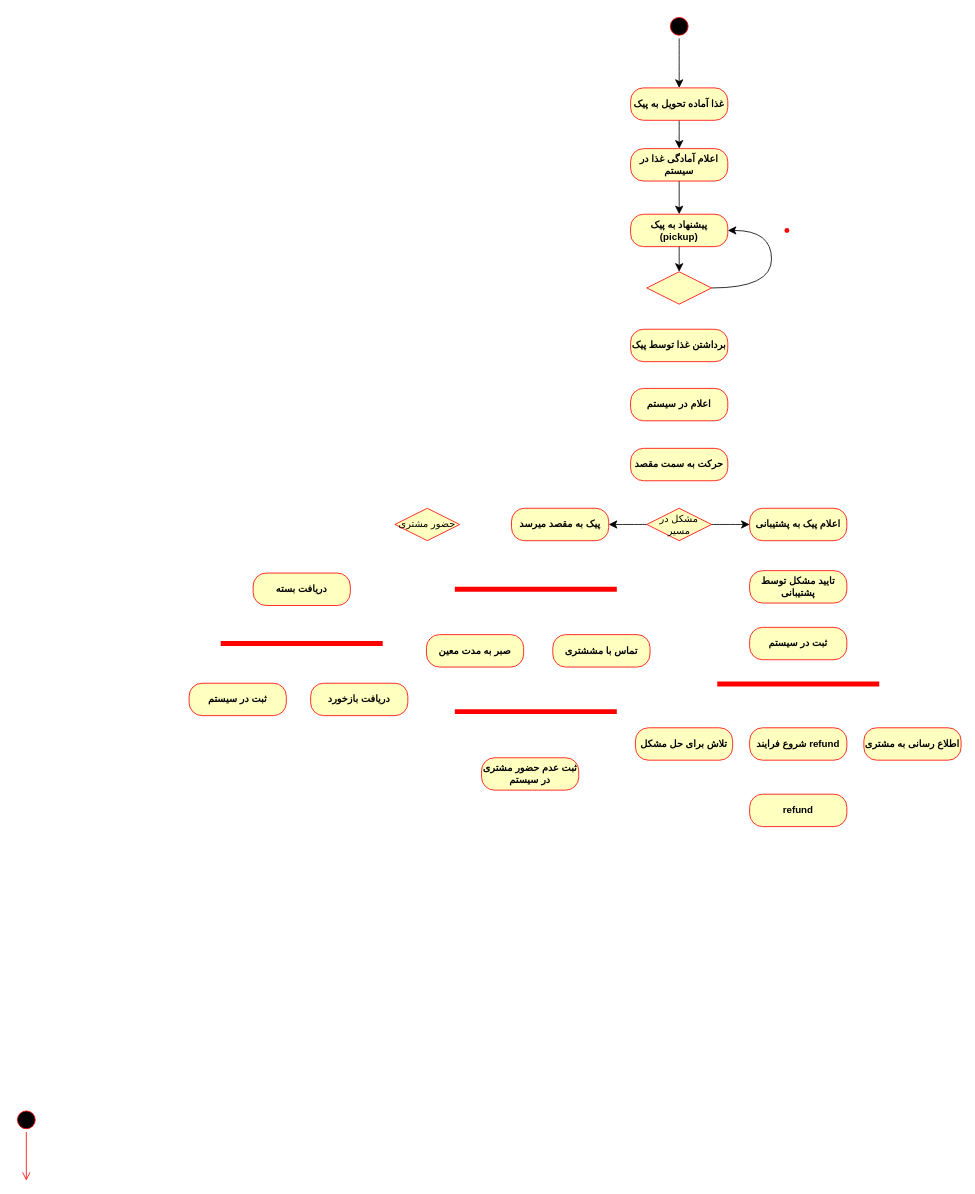
Above: page "Page-2" (2 of 2) of Untitled Diagram.drawio in aqua1252/tasks (draw.io), before the change. Source tidied: cells renumbered, new cells numbered last; positions are measured from the earlier drawing's top-left corner, leaving out a move shared by most shapes. Both pictures are drawn from the tidied source at 81%, with x=0, y=0 at pixel (14, 14).
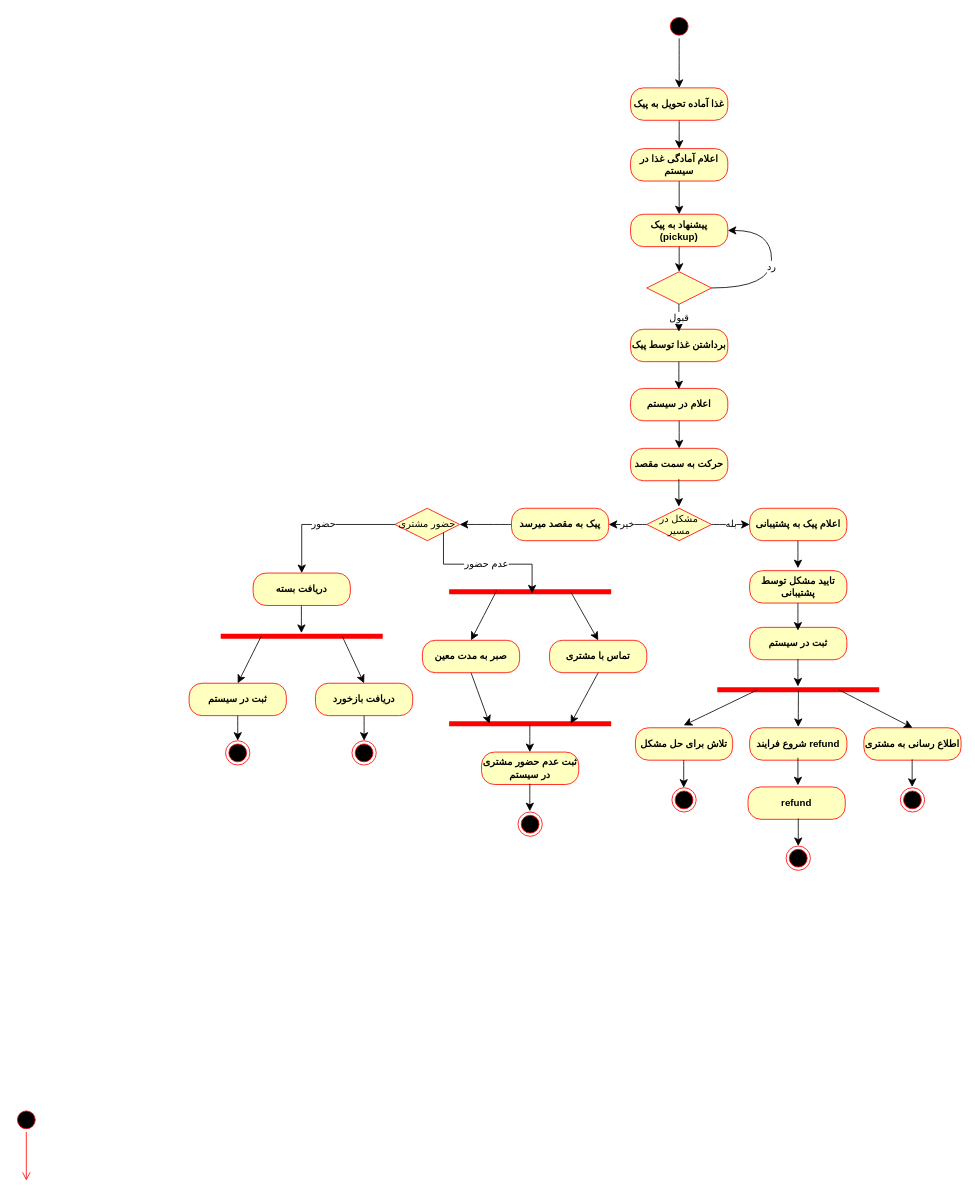
The same diagram, later.

Unchanged cells that the change refers to:
```xml
<mxCell id="8" style="rhombus;whiteSpace=wrap;html=1;fontColor=#000000;fillColor=#ffffc0;strokeColor=#ff0000;" parent="1" vertex="1">
  <mxGeometry x="781" y="318" width="80" height="40" as="geometry" />
</mxCell>
<mxCell id="12" value="پیشنهاد به پیک (pickup)" style="rounded=1;whiteSpace=wrap;html=1;arcSize=40;fontColor=#000000;fillColor=#ffffc0;strokeColor=#ff0000;fontStyle=1;" parent="1" vertex="1">
  <mxGeometry x="761" y="247" width="120" height="40" as="geometry" />
</mxCell>
<mxCell id="17" value="اعلام در سیستم" style="rounded=1;whiteSpace=wrap;html=1;arcSize=40;fontColor=#000000;fillColor=#ffffc0;strokeColor=#ff0000;fontStyle=1;" parent="1" vertex="1">
  <mxGeometry x="761" y="462" width="120" height="40" as="geometry" />
</mxCell>
<mxCell id="18" value="حرکت به سمت مقصد" style="rounded=1;whiteSpace=wrap;html=1;arcSize=40;fontColor=#000000;fillColor=#ffffc0;strokeColor=#ff0000;fontStyle=1;" parent="1" vertex="1">
  <mxGeometry x="761" y="536" width="120" height="40" as="geometry" />
</mxCell>
<mxCell id="19" value="مشکل در مسیر" style="rhombus;whiteSpace=wrap;html=1;fontColor=#000000;fillColor=#ffffc0;strokeColor=#ff0000;" parent="1" vertex="1">
  <mxGeometry x="781" y="610" width="80" height="40" as="geometry" />
</mxCell>
<mxCell id="21" value="اعلام پیک به پشتیبانی" style="rounded=1;whiteSpace=wrap;html=1;arcSize=40;fontColor=#000000;fillColor=#ffffc0;strokeColor=#ff0000;fontStyle=1;" parent="1" vertex="1">
  <mxGeometry x="908" y="610" width="120" height="40" as="geometry" />
</mxCell>
<mxCell id="22" value="پیک به مقصد میرسد" style="rounded=1;whiteSpace=wrap;html=1;arcSize=40;fontColor=#000000;fillColor=#ffffc0;strokeColor=#ff0000;fontStyle=1;" parent="1" vertex="1">
  <mxGeometry x="614" y="610" width="120" height="40" as="geometry" />
</mxCell>
<mxCell id="26" value="اطلاع رسانی به مشتری" style="rounded=1;whiteSpace=wrap;html=1;arcSize=40;fontColor=#000000;fillColor=#ffffc0;strokeColor=#ff0000;fontStyle=1;" parent="1" vertex="1">
  <mxGeometry x="1049" y="881" width="120" height="40" as="geometry" />
</mxCell>
<mxCell id="30" value="حضور مشتری" style="rhombus;whiteSpace=wrap;html=1;fontColor=#000000;fillColor=#ffffc0;strokeColor=#ff0000;" parent="1" vertex="1">
  <mxGeometry x="470" y="610" width="80" height="40" as="geometry" />
</mxCell>
<mxCell id="31" value="دریافت بسته" style="rounded=1;whiteSpace=wrap;html=1;arcSize=40;fontColor=#000000;fillColor=#ffffc0;strokeColor=#ff0000;fontStyle=1;" parent="1" vertex="1">
  <mxGeometry x="295" y="690" width="120" height="40" as="geometry" />
</mxCell>
<mxCell id="33" value="ثبت در سیستم" style="rounded=1;whiteSpace=wrap;html=1;arcSize=40;fontColor=#000000;fillColor=#ffffc0;strokeColor=#ff0000;fontStyle=1;" parent="1" vertex="1">
  <mxGeometry x="216" y="826" width="120" height="40" as="geometry" />
</mxCell>
```

Diff of the diagram source:
```diff
@@
     <mxCell id="9" style="shape=line;html=1;strokeWidth=6;strokeColor=#ff0000;" parent="1" vertex="1">
-      <mxGeometry x="868" y="822" width="200" height="10" as="geometry" />
+      <mxGeometry x="868" y="829" width="200" height="10" as="geometry" />
     </mxCell>
@@
-    <mxCell id="13" style="shape=waypoint;sketch=0;size=6;fillColor=#ffffc0;perimeter=centerPerimeter;strokeColor=#ff0000;fontColor=#000000;rounded=1;arcSize=40;fontStyle=1;" parent="1" vertex="1">
-      <mxGeometry x="944" y="257" width="20" height="20" as="geometry" />
-    </mxCell>
-    <mxCell id="14" style="endArrow=classic;html=1;rounded=0;fontSize=12;startSize=8;endSize=8;curved=1;exitX=1;exitY=0.5;exitDx=0;exitDy=0;entryX=1;entryY=0.5;entryDx=0;entryDy=0;edgeStyle=orthogonalEdgeStyle;" parent="1" edge="1" source="8" target="12">
+    <mxCell id="14" value="رد" style="endArrow=classic;html=1;rounded=0;fontSize=12;startSize=8;endSize=8;curved=1;exitX=1;exitY=0.5;exitDx=0;exitDy=0;entryX=1;entryY=0.5;entryDx=0;entryDy=0;edgeStyle=orthogonalEdgeStyle;" parent="1" edge="1" source="8" target="12">
       <mxGeometry relative="1" as="geometry">
         <Array as="points">
           <mxPoint x="935" y="338" />
           <mxPoint x="935" y="267" />
         </Array>
       </mxGeometry>
     </mxCell>
@@
-    <mxCell id="20" style="endArrow=classic;html=1;rounded=0;fontSize=12;startSize=8;endSize=8;curved=1;exitX=1;exitY=0.5;exitDx=0;exitDy=0;entryX=0;entryY=0.5;entryDx=0;entryDy=0;" parent="1" edge="1" source="19" target="21">
+    <mxCell id="20" value="بله" style="endArrow=classic;html=1;rounded=0;fontSize=12;startSize=8;endSize=8;curved=1;exitX=1;exitY=0.5;exitDx=0;exitDy=0;entryX=0;entryY=0.5;entryDx=0;entryDy=0;" parent="1" edge="1" source="19" target="21">
       <mxGeometry relative="1" as="geometry" />
     </mxCell>
@@
+    <mxCell id="40" style="edgeStyle=none;curved=1;rounded=0;jettySize=auto;html=1;fontSize=12;startSize=8;endSize=8;" parent="1" edge="1" source="22" target="30">
+      <mxGeometry relative="1" as="geometry" />
+    </mxCell>
@@
-    <mxCell id="23" style="endArrow=classic;html=1;rounded=0;fontSize=12;startSize=8;endSize=8;curved=1;exitX=0;exitY=0.5;exitDx=0;exitDy=0;entryX=1;entryY=0.5;entryDx=0;entryDy=0;" parent="1" edge="1" source="19" target="22">
+    <mxCell id="23" value="خیر" style="endArrow=classic;html=1;rounded=0;fontSize=12;startSize=8;endSize=8;curved=1;exitX=0;exitY=0.5;exitDx=0;exitDy=0;entryX=1;entryY=0.5;entryDx=0;entryDy=0;" parent="1" edge="1" source="19" target="22">
       <mxGeometry relative="1" as="geometry" />
     </mxCell>
@@
     <mxCell id="29" value="refund" style="rounded=1;whiteSpace=wrap;html=1;arcSize=40;fontColor=#000000;fillColor=#ffffc0;strokeColor=#ff0000;fontStyle=1;" parent="1" vertex="1">
-      <mxGeometry x="908" y="963" width="120" height="40" as="geometry" />
+      <mxGeometry x="906" y="954" width="120" height="40" as="geometry" />
     </mxCell>
@@
     <mxCell id="32" style="shape=line;html=1;strokeWidth=6;strokeColor=#ff0000;" parent="1" vertex="1">
-      <mxGeometry x="255" y="772" width="200" height="10" as="geometry" />
+      <mxGeometry x="255" y="763" width="200" height="10" as="geometry" />
     </mxCell>
@@
     <mxCell id="34" style="shape=line;html=1;strokeWidth=6;strokeColor=#ff0000;" parent="1" vertex="1">
-      <mxGeometry x="544" y="705" width="200" height="10" as="geometry" />
+      <mxGeometry x="537" y="708" width="200" height="10" as="geometry" />
     </mxCell>
     <mxCell id="35" style="shape=line;html=1;strokeWidth=6;strokeColor=#ff0000;" parent="1" vertex="1">
-      <mxGeometry x="544" y="856" width="200" height="10" as="geometry" />
+      <mxGeometry x="537" y="871" width="200" height="10" as="geometry" />
     </mxCell>
     <mxCell id="36" value="صبر به مدت معین" style="rounded=1;whiteSpace=wrap;html=1;arcSize=40;fontColor=#000000;fillColor=#ffffc0;strokeColor=#ff0000;fontStyle=1;" parent="1" vertex="1">
-      <mxGeometry x="509" y="766" width="120" height="40" as="geometry" />
+      <mxGeometry x="504" y="773" width="120" height="40" as="geometry" />
     </mxCell>
-    <mxCell id="37" value="تماس با مششتری" style="rounded=1;whiteSpace=wrap;html=1;arcSize=40;fontColor=#000000;fillColor=#ffffc0;strokeColor=#ff0000;fontStyle=1;" parent="1" vertex="1">
-      <mxGeometry x="665" y="766" width="120" height="40" as="geometry" />
+    <mxCell id="37" value="تماس با مشتری" style="rounded=1;whiteSpace=wrap;html=1;arcSize=40;fontColor=#000000;fillColor=#ffffc0;strokeColor=#ff0000;fontStyle=1;" parent="1" vertex="1">
+      <mxGeometry x="661" y="773" width="120" height="40" as="geometry" />
     </mxCell>
     <mxCell id="38" value="ثبت عدم حضور مشتری در سیستم" style="rounded=1;whiteSpace=wrap;html=1;arcSize=40;fontColor=#000000;fillColor=#ffffc0;strokeColor=#ff0000;fontStyle=1;" parent="1" vertex="1">
-      <mxGeometry x="577" y="918" width="120" height="40" as="geometry" />
+      <mxGeometry x="577" y="911" width="120" height="40" as="geometry" />
     </mxCell>
     <mxCell id="39" value="دریافت بازخورد" style="rounded=1;whiteSpace=wrap;html=1;arcSize=40;fontColor=#000000;fillColor=#ffffc0;strokeColor=#ff0000;fontStyle=1;" parent="1" vertex="1">
-      <mxGeometry x="366" y="826" width="120" height="40" as="geometry" />
+      <mxGeometry x="372" y="826" width="120" height="40" as="geometry" />
     </mxCell>
+    <mxCell id="41" style="endArrow=classic;html=1;rounded=0;fontSize=12;startSize=8;endSize=8;curved=1;exitX=0.5;exitY=1;exitDx=0;exitDy=0;entryX=0.5;entryY=0;entryDx=0;entryDy=0;" parent="1" edge="1" source="17" target="18">
+      <mxGeometry relative="1" as="geometry" />
+    </mxCell>
+    <mxCell id="42" style="endArrow=classic;html=1;rounded=0;fontSize=12;startSize=8;endSize=8;curved=1;exitX=0.5;exitY=1;exitDx=0;exitDy=0;entryX=0.5;entryY=0;entryDx=0;entryDy=0;" parent="1" edge="1">
+      <mxGeometry relative="1" as="geometry">
+        <mxPoint x="820.6" y="429" as="sourcePoint" />
+        <mxPoint x="820.6" y="463" as="targetPoint" />
+      </mxGeometry>
+    </mxCell>
+    <mxCell id="43" value="قبول" style="endArrow=classic;html=1;rounded=0;fontSize=12;startSize=8;endSize=8;curved=1;exitX=0.5;exitY=1;exitDx=0;exitDy=0;entryX=0.5;entryY=0;entryDx=0;entryDy=0;" parent="1" edge="1">
+      <mxGeometry relative="1" as="geometry">
+        <mxPoint x="820.6" y="358" as="sourcePoint" />
+        <mxPoint x="820.6" y="392" as="targetPoint" />
+      </mxGeometry>
+    </mxCell>
+    <mxCell id="44" style="endArrow=classic;html=1;rounded=0;fontSize=12;startSize=8;endSize=8;curved=1;exitX=0.5;exitY=1;exitDx=0;exitDy=0;entryX=0.5;entryY=0;entryDx=0;entryDy=0;" parent="1" edge="1">
+      <mxGeometry relative="1" as="geometry">
+        <mxPoint x="820.6" y="574" as="sourcePoint" />
+        <mxPoint x="820.6" y="608" as="targetPoint" />
+      </mxGeometry>
+    </mxCell>
+    <mxCell id="45" style="endArrow=classic;html=1;rounded=0;fontSize=12;startSize=8;endSize=8;curved=1;exitX=0.5;exitY=1;exitDx=0;exitDy=0;entryX=0.5;entryY=0;entryDx=0;entryDy=0;" parent="1" edge="1">
+      <mxGeometry relative="1" as="geometry">
+        <mxPoint x="967.6" y="650" as="sourcePoint" />
+        <mxPoint x="967.6" y="684" as="targetPoint" />
+      </mxGeometry>
+    </mxCell>
+    <mxCell id="46" style="endArrow=classic;html=1;rounded=0;fontSize=12;startSize=8;endSize=8;curved=1;exitX=0.5;exitY=1;exitDx=0;exitDy=0;entryX=0.5;entryY=0;entryDx=0;entryDy=0;" parent="1" edge="1">
+      <mxGeometry relative="1" as="geometry">
+        <mxPoint x="967.6" y="727" as="sourcePoint" />
+        <mxPoint x="967.6" y="761" as="targetPoint" />
+      </mxGeometry>
+    </mxCell>
+    <mxCell id="47" style="endArrow=classic;html=1;rounded=0;fontSize=12;startSize=8;endSize=8;curved=1;exitX=0.5;exitY=1;exitDx=0;exitDy=0;entryX=0.5;entryY=0;entryDx=0;entryDy=0;" parent="1" edge="1">
+      <mxGeometry relative="1" as="geometry">
+        <mxPoint x="967.6" y="918" as="sourcePoint" />
+        <mxPoint x="967.6" y="952" as="targetPoint" />
+      </mxGeometry>
+    </mxCell>
+    <mxCell id="48" style="endArrow=classic;html=1;rounded=0;fontSize=12;startSize=8;endSize=8;curved=1;exitX=0.5;exitY=1;exitDx=0;exitDy=0;entryX=0.5;entryY=0;entryDx=0;entryDy=0;" parent="1" edge="1">
+      <mxGeometry relative="1" as="geometry">
+        <mxPoint x="967.6" y="796" as="sourcePoint" />
+        <mxPoint x="967.6" y="830" as="targetPoint" />
+      </mxGeometry>
+    </mxCell>
+    <mxCell id="49" style="endArrow=classic;html=1;rounded=0;fontSize=12;startSize=8;endSize=8;curved=1;exitX=0.5;exitY=1;exitDx=0;exitDy=0;entryX=0.5;entryY=0;entryDx=0;entryDy=0;" parent="1" edge="1">
+      <mxGeometry relative="1" as="geometry">
+        <mxPoint x="354.6" y="730" as="sourcePoint" />
+        <mxPoint x="354.6" y="764" as="targetPoint" />
+      </mxGeometry>
+    </mxCell>
+    <mxCell id="50" style="endArrow=classic;html=1;rounded=0;fontSize=12;startSize=8;endSize=8;curved=1;exitX=0.5;exitY=1;exitDx=0;exitDy=0;entryX=0.5;entryY=0;entryDx=0;entryDy=0;" parent="1" edge="1">
+      <mxGeometry relative="1" as="geometry">
+        <mxPoint x="636.6" y="877" as="sourcePoint" />
+        <mxPoint x="636.6" y="911" as="targetPoint" />
+      </mxGeometry>
+    </mxCell>
+    <mxCell id="51" style="endArrow=classic;html=1;rounded=0;fontSize=12;startSize=8;endSize=8;curved=1;exitX=0.293;exitY=0.383;exitDx=0;exitDy=0;entryX=0.5;entryY=0;entryDx=0;entryDy=0;exitPerimeter=0;" parent="1" edge="1" source="34" target="36">
+      <mxGeometry relative="1" as="geometry" />
+    </mxCell>
+    <mxCell id="52" style="endArrow=classic;html=1;rounded=0;fontSize=12;startSize=8;endSize=8;curved=1;exitX=0.75;exitY=0.5;exitDx=0;exitDy=0;entryX=0.5;entryY=0;entryDx=0;entryDy=0;exitPerimeter=0;" parent="1" edge="1" source="34" target="37">
+      <mxGeometry relative="1" as="geometry" />
+    </mxCell>
+    <mxCell id="53" style="endArrow=classic;html=1;rounded=0;fontSize=12;startSize=8;endSize=8;curved=1;exitX=0.5;exitY=1;exitDx=0;exitDy=0;entryX=0.75;entryY=0.5;entryDx=0;entryDy=0;entryPerimeter=0;" parent="1" edge="1" source="37" target="35">
+      <mxGeometry relative="1" as="geometry" />
+    </mxCell>
+    <mxCell id="54" style="endArrow=classic;html=1;rounded=0;fontSize=12;startSize=8;endSize=8;curved=1;exitX=0.5;exitY=1;exitDx=0;exitDy=0;entryX=0.25;entryY=0.5;entryDx=0;entryDy=0;entryPerimeter=0;" parent="1" edge="1" source="36" target="35">
+      <mxGeometry relative="1" as="geometry" />
+    </mxCell>
+    <mxCell id="55" value="عدم حضور" style="endArrow=classic;html=1;rounded=0;fontSize=12;startSize=8;endSize=8;exitX=1;exitY=1;exitDx=0;exitDy=0;entryX=0.512;entryY=0.717;entryDx=0;entryDy=0;entryPerimeter=0;edgeStyle=orthogonalEdgeStyle;" parent="1" edge="1" source="30" target="34">
+      <mxGeometry relative="1" as="geometry" />
+    </mxCell>
+    <mxCell id="56" value="حضور" style="endArrow=classic;html=1;rounded=0;fontSize=12;startSize=8;endSize=8;exitX=0;exitY=0.5;exitDx=0;exitDy=0;entryX=0.5;entryY=0;entryDx=0;entryDy=0;edgeStyle=orthogonalEdgeStyle;" parent="1" edge="1" source="30" target="31">
+      <mxGeometry relative="1" as="geometry" />
+    </mxCell>
+    <mxCell id="57" style="endArrow=classic;html=1;rounded=0;fontSize=12;startSize=8;endSize=8;curved=1;exitX=0.501;exitY=0.55;exitDx=0;exitDy=0;exitPerimeter=0;" parent="1" edge="1" source="9">
+      <mxGeometry relative="1" as="geometry">
+        <mxPoint x="968" y="880" as="targetPoint" />
+      </mxGeometry>
+    </mxCell>
+    <mxCell id="58" style="endArrow=classic;html=1;rounded=0;fontSize=12;startSize=8;endSize=8;curved=1;exitX=0.25;exitY=0.5;exitDx=0;exitDy=0;entryX=0.5;entryY=0;entryDx=0;entryDy=0;exitPerimeter=0;" parent="1" edge="1" source="9">
+      <mxGeometry relative="1" as="geometry">
+        <mxPoint x="826.6" y="878" as="targetPoint" />
+      </mxGeometry>
+    </mxCell>
+    <mxCell id="59" style="endArrow=classic;html=1;rounded=0;fontSize=12;startSize=8;endSize=8;curved=1;exitX=0.75;exitY=0.5;exitDx=0;exitDy=0;entryX=0.5;entryY=0;entryDx=0;entryDy=0;exitPerimeter=0;" parent="1" edge="1" source="9" target="26">
+      <mxGeometry relative="1" as="geometry" />
+    </mxCell>
+    <mxCell id="60" style="ellipse;html=1;shape=endState;fillColor=#000000;strokeColor=#ff0000;" parent="1" vertex="1">
+      <mxGeometry x="622" y="985" width="30" height="30" as="geometry" />
+    </mxCell>
+    <mxCell id="61" style="ellipse;html=1;shape=endState;fillColor=#000000;strokeColor=#ff0000;" parent="1" vertex="1">
+      <mxGeometry x="812" y="955" width="30" height="30" as="geometry" />
+    </mxCell>
+    <mxCell id="62" style="ellipse;html=1;shape=endState;fillColor=#000000;strokeColor=#ff0000;" parent="1" vertex="1">
+      <mxGeometry x="953" y="1027" width="30" height="30" as="geometry" />
+    </mxCell>
+    <mxCell id="63" style="ellipse;html=1;shape=endState;fillColor=#000000;strokeColor=#ff0000;" parent="1" vertex="1">
+      <mxGeometry x="1094" y="955" width="30" height="30" as="geometry" />
+    </mxCell>
+    <mxCell id="64" style="ellipse;html=1;shape=endState;fillColor=#000000;strokeColor=#ff0000;" parent="1" vertex="1">
+      <mxGeometry x="417" y="897" width="30" height="30" as="geometry" />
+    </mxCell>
+    <mxCell id="65" style="ellipse;html=1;shape=endState;fillColor=#000000;strokeColor=#ff0000;" parent="1" vertex="1">
+      <mxGeometry x="261" y="897" width="30" height="30" as="geometry" />
+    </mxCell>
+    <mxCell id="66" style="endArrow=classic;html=1;rounded=0;fontSize=12;startSize=8;endSize=8;curved=1;exitX=0.25;exitY=0.5;exitDx=0;exitDy=0;entryX=0.5;entryY=0;entryDx=0;entryDy=0;exitPerimeter=0;" parent="1" edge="1" source="32" target="33">
+      <mxGeometry relative="1" as="geometry" />
+    </mxCell>
+    <mxCell id="67" style="endArrow=classic;html=1;rounded=0;fontSize=12;startSize=8;endSize=8;curved=1;exitX=0.75;exitY=0.5;exitDx=0;exitDy=0;entryX=0.5;entryY=0;entryDx=0;entryDy=0;exitPerimeter=0;" parent="1" edge="1" source="32" target="39">
+      <mxGeometry relative="1" as="geometry" />
+    </mxCell>
+    <mxCell id="68" style="endArrow=classic;html=1;rounded=0;fontSize=12;startSize=8;endSize=8;curved=1;entryX=0.5;entryY=0;entryDx=0;entryDy=0;exitX=0.5;exitY=1;exitDx=0;exitDy=0;" parent="1" edge="1" source="33" target="65">
+      <mxGeometry relative="1" as="geometry" />
+    </mxCell>
+    <mxCell id="69" style="endArrow=classic;html=1;rounded=0;fontSize=12;startSize=8;endSize=8;curved=1;exitX=0.5;exitY=1;exitDx=0;exitDy=0;entryX=0.5;entryY=0;entryDx=0;entryDy=0;" parent="1" edge="1" source="39" target="64">
+      <mxGeometry relative="1" as="geometry" />
+    </mxCell>
+    <mxCell id="70" style="endArrow=classic;html=1;rounded=0;fontSize=12;startSize=8;endSize=8;curved=1;exitX=0.5;exitY=1;exitDx=0;exitDy=0;entryX=0.5;entryY=0;entryDx=0;entryDy=0;" parent="1" edge="1">
+      <mxGeometry relative="1" as="geometry">
+        <mxPoint x="636.6" y="950" as="sourcePoint" />
+        <mxPoint x="636.6" y="984" as="targetPoint" />
+      </mxGeometry>
+    </mxCell>
+    <mxCell id="71" style="endArrow=classic;html=1;rounded=0;fontSize=12;startSize=8;endSize=8;curved=1;exitX=0.5;exitY=1;exitDx=0;exitDy=0;entryX=0.5;entryY=0;entryDx=0;entryDy=0;" parent="1" edge="1">
+      <mxGeometry relative="1" as="geometry">
+        <mxPoint x="826.6" y="921" as="sourcePoint" />
+        <mxPoint x="826.6" y="955" as="targetPoint" />
+      </mxGeometry>
+    </mxCell>
+    <mxCell id="72" style="endArrow=classic;html=1;rounded=0;fontSize=12;startSize=8;endSize=8;curved=1;exitX=0.5;exitY=1;exitDx=0;exitDy=0;entryX=0.5;entryY=0;entryDx=0;entryDy=0;" parent="1" edge="1">
+      <mxGeometry relative="1" as="geometry">
+        <mxPoint x="968" y="993" as="sourcePoint" />
+        <mxPoint x="968" y="1027" as="targetPoint" />
+      </mxGeometry>
+    </mxCell>
+    <mxCell id="73" style="endArrow=classic;html=1;rounded=0;fontSize=12;startSize=8;endSize=8;curved=1;exitX=0.5;exitY=1;exitDx=0;exitDy=0;entryX=0.5;entryY=0;entryDx=0;entryDy=0;" parent="1" edge="1">
+      <mxGeometry relative="1" as="geometry">
+        <mxPoint x="1108.6" y="920" as="sourcePoint" />
+        <mxPoint x="1108.6" y="954" as="targetPoint" />
+      </mxGeometry>
+    </mxCell>
```
